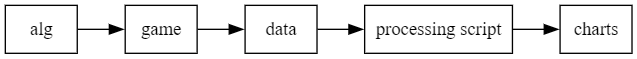
Earlier version of the Graphviz export documents/High Level Diagram/diagram.png (SamdSzymanski/PacmanAlgExploration). Its source is kept beside it as documents/High Level Diagram/diagram.gv.
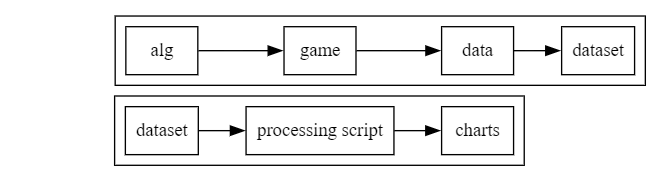
The same diagram one commit later.

What changed in the source:
```diff
@@ -1,11 +1,24 @@
 digraph {
   rankdir = "LR";
 
-  alg [shape = "box";];
-  game [shape = "box";];
-  data [shape = "box";];
-  p_script [shape = "box";label = "processing script";];
-  g [shape = "box";label = "charts";];
+  subgraph cluster_1 {
+    alg [shape = "box";];
+    game [shape = "box";];
+    data [shape = "box";];
+    dataset [shape = "box";];
 
-  alg -> game -> data -> p_script -> g;
+    alg -> game -> data -> dataset;
+  }
+
+  subgraph cluster_2 {
+    dataset2 [shape = "box";label = "dataset";];
+    p_script [shape = "box";label = "processing script";];
+    g [shape = "box";label = "charts";];
+
+    dataset2 -> p_script -> g;
+  }
+  inv [style = "invis";label = "";width = "";height = "";];
+
+  inv -> alg [style = "invis";];
+  inv -> dataset2 [style = invis;];
 }
```
